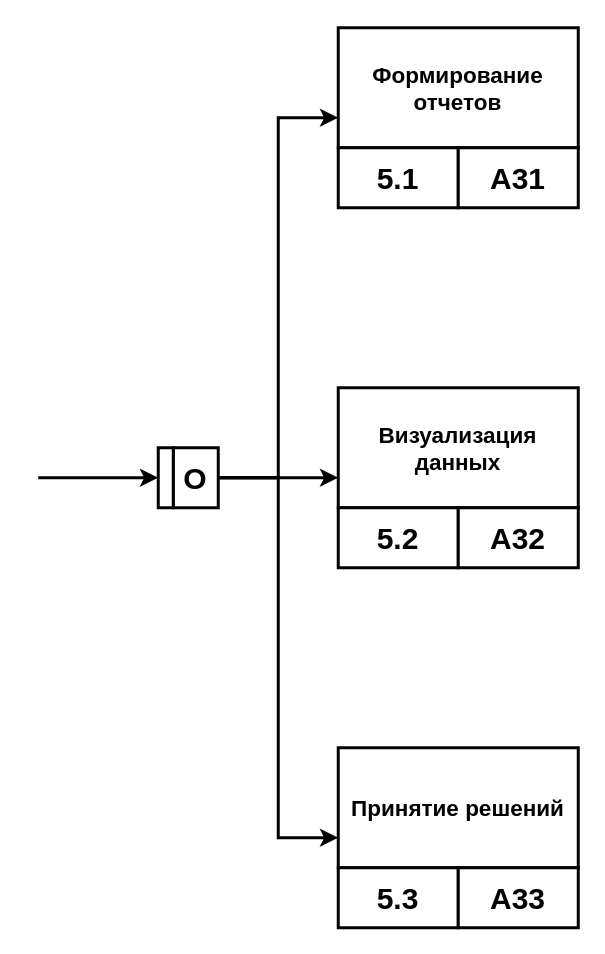
This is page "IDEF3_5" (6 of 6) of ТРПОиОК, л.р. 3, IDEF0.drawio from Cyber-Limon/Software_development_technology_and_quality_assessment___Lab_3, a draw.io file, before an edit. Source tidied: cells renumbered, new cells numbered last; positions are measured from the earlier drawing's top-left corner, leaving out a move shared by most shapes. Both pictures are drawn from the tidied source at 150%, with x=0, y=0 at pixel (38, 27).
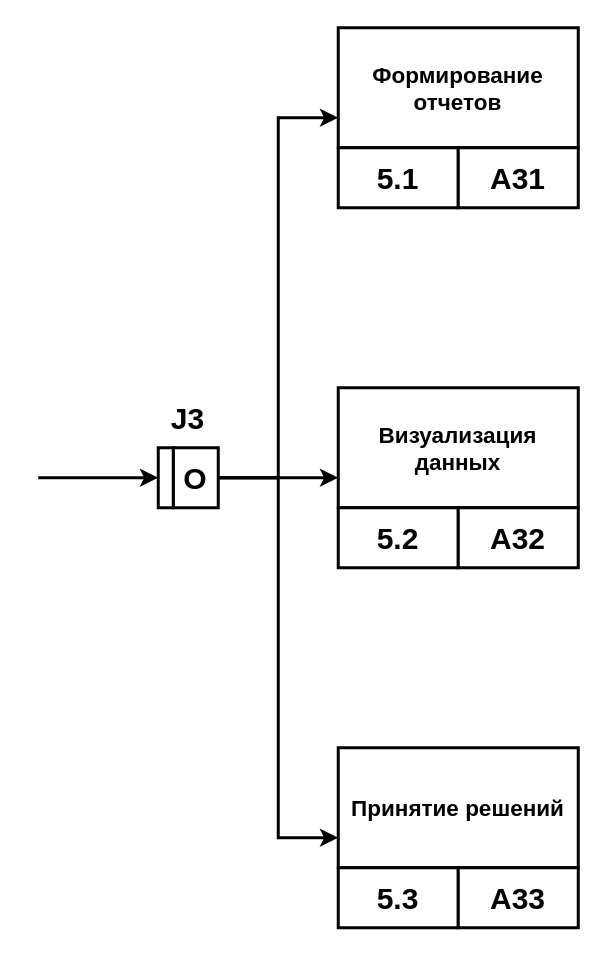
The same page after the edit.

Diff of the diagram source:
```diff
@@
+    <mxCell id="21" value="&lt;b&gt;&lt;font&gt;J3&lt;/font&gt;&lt;/b&gt;" style="text;html=1;whiteSpace=wrap;strokeColor=none;fillColor=none;align=center;verticalAlign=middle;rounded=0;fontSize=20;" parent="1" vertex="1">
+      <mxGeometry x="80" y="240" width="40" height="40" as="geometry" />
+    </mxCell>
```
